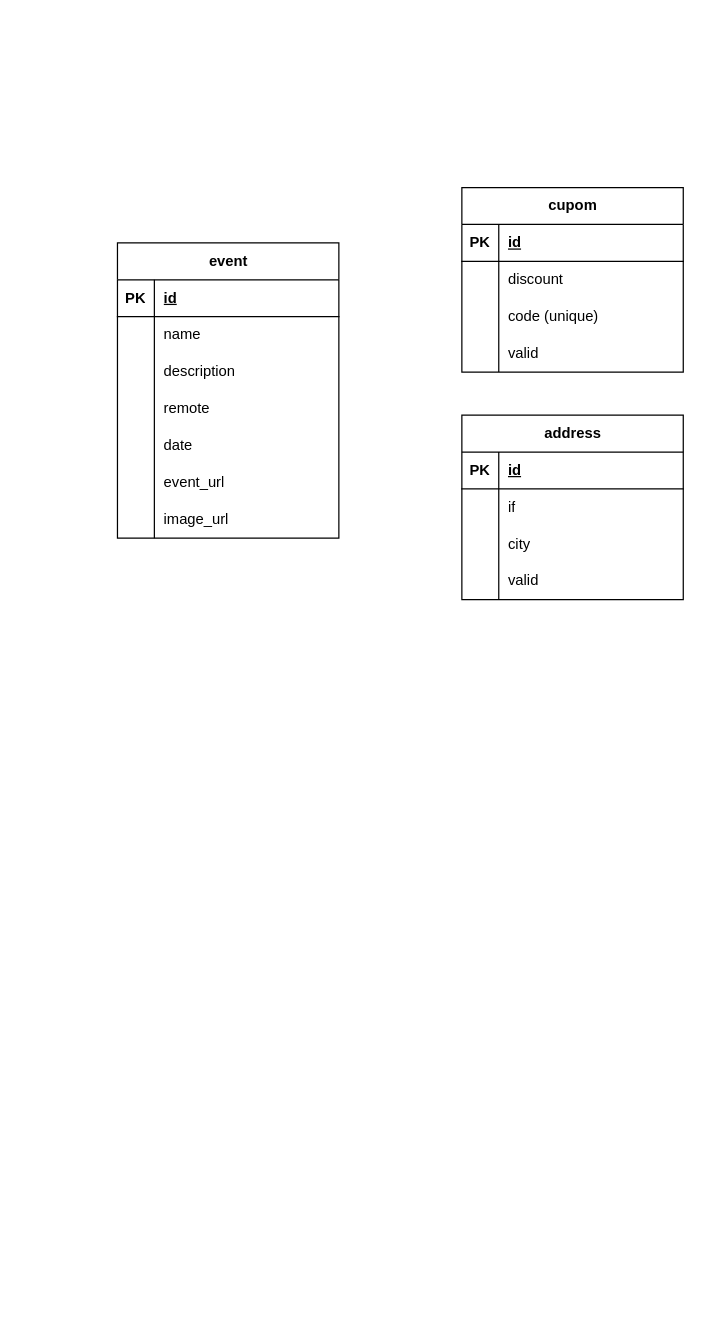
This is event.drawio from PabloJesusdaSilva/api, a draw.io file, before an edit. Source tidied: cells renumbered, new cells numbered last; positions are measured from the earlier drawing's top-left corner, leaving out a move shared by most shapes. Both pictures are drawn from the tidied source at 123%, with x=0, y=0 at pixel (117, 187).
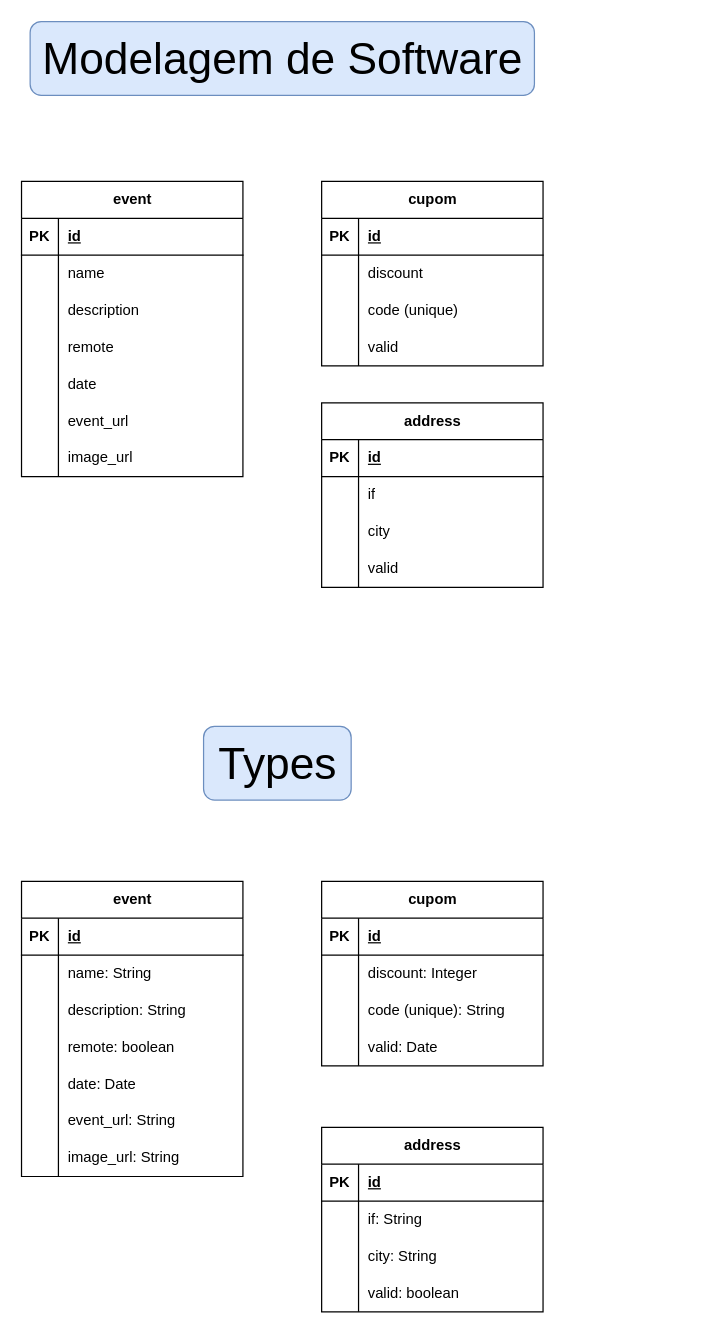
After the change.

The edit, as a diff of the source:
```diff
@@
     <mxCell id="2" value="event" style="shape=table;startSize=30;childLayout=tableLayout;rowLines=0;fontStyle=1;align=center;html=1;" parent="1" vertex="1">
-      <mxGeometry y="45" width="180" height="240" as="geometry" />
+      <mxGeometry x="-78" y="-5" width="180" height="240" as="geometry" />
     </mxCell>
@@
     <mxCell id="24" value="cupom" style="shape=table;startSize=30;childLayout=tableLayout;rowLines=0;fontStyle=1;align=center;html=1;" parent="1" vertex="1">
-      <mxGeometry x="280" width="180" height="150" as="geometry" />
+      <mxGeometry x="166" y="-5" width="180" height="150" as="geometry" />
     </mxCell>
@@
     <mxCell id="37" value="address" style="shape=table;startSize=30;childLayout=tableLayout;rowLines=0;fontStyle=1;align=center;html=1;" parent="1" vertex="1">
-      <mxGeometry x="280" y="185" width="180" height="150" as="geometry" />
+      <mxGeometry x="166" y="175" width="180" height="150" as="geometry" />
     </mxCell>
@@
+    <mxCell id="50" value="&lt;font style=&quot;font-size: 36px;&quot;&gt;Modelagem de Software&lt;/font&gt;" style="text;html=1;align=center;verticalAlign=middle;strokeColor=#6c8ebf;fillColor=#dae8fc;rounded=1;" parent="1" vertex="1">
+      <mxGeometry x="-71" y="-135" width="410" height="60" as="geometry" />
+    </mxCell>
+    <mxCell id="51" value="event" style="shape=table;startSize=30;childLayout=tableLayout;rowLines=0;fontStyle=1;align=center;html=1;" parent="1" vertex="1">
+      <mxGeometry x="-78" y="564" width="180" height="240" as="geometry" />
+    </mxCell>
+    <mxCell id="52" style="shape=tableRow;horizontal=0;startSize=0;swimlaneHead=0;swimlaneBody=0;fillColor=none;top=0;left=0;right=0;bottom=1;" parent="51" vertex="1">
+      <mxGeometry y="30" width="180" height="30" as="geometry" />
+    </mxCell>
+    <mxCell id="53" value="PK" style="shape=partialRectangle;fillColor=none;top=0;left=0;bottom=0;right=0;fontStyle=1;overflow=hidden;whiteSpace=wrap;html=1;" parent="52" vertex="1">
+      <mxGeometry width="30" height="30" as="geometry" />
+    </mxCell>
+    <mxCell id="54" value="id" style="shape=partialRectangle;fillColor=none;top=0;left=0;bottom=0;right=0;align=left;spacingLeft=6;fontStyle=5;overflow=hidden;whiteSpace=wrap;html=1;" parent="52" vertex="1">
+      <mxGeometry x="30" width="150" height="30" as="geometry" />
+    </mxCell>
+    <mxCell id="55" style="shape=tableRow;horizontal=0;startSize=0;swimlaneHead=0;swimlaneBody=0;fillColor=none;top=0;left=0;right=0;bottom=0;" parent="51" vertex="1">
+      <mxGeometry y="60" width="180" height="30" as="geometry" />
+    </mxCell>
+    <mxCell id="56" style="shape=partialRectangle;fillColor=none;top=0;left=0;bottom=0;right=0;overflow=hidden;whiteSpace=wrap;html=1;" parent="55" vertex="1">
+      <mxGeometry width="30" height="30" as="geometry" />
+    </mxCell>
+    <mxCell id="57" value="name: String" style="shape=partialRectangle;fillColor=none;top=0;left=0;bottom=0;right=0;align=left;spacingLeft=6;overflow=hidden;whiteSpace=wrap;html=1;" parent="55" vertex="1">
+      <mxGeometry x="30" width="150" height="30" as="geometry" />
+    </mxCell>
+    <mxCell id="58" style="shape=tableRow;horizontal=0;startSize=0;swimlaneHead=0;swimlaneBody=0;fillColor=none;top=0;left=0;right=0;bottom=0;" parent="51" vertex="1">
+      <mxGeometry y="90" width="180" height="30" as="geometry" />
+    </mxCell>
+    <mxCell id="59" style="shape=partialRectangle;fillColor=none;top=0;left=0;bottom=0;right=0;overflow=hidden;whiteSpace=wrap;html=1;" parent="58" vertex="1">
+      <mxGeometry width="30" height="30" as="geometry" />
+    </mxCell>
+    <mxCell id="60" value="description: String" style="shape=partialRectangle;fillColor=none;top=0;left=0;bottom=0;right=0;align=left;spacingLeft=6;overflow=hidden;whiteSpace=wrap;html=1;" parent="58" vertex="1">
+      <mxGeometry x="30" width="150" height="30" as="geometry" />
+    </mxCell>
+    <mxCell id="61" style="shape=tableRow;horizontal=0;startSize=0;swimlaneHead=0;swimlaneBody=0;fillColor=none;top=0;left=0;right=0;bottom=0;" parent="51" vertex="1">
+      <mxGeometry y="120" width="180" height="30" as="geometry" />
+    </mxCell>
+    <mxCell id="62" style="shape=partialRectangle;fillColor=none;top=0;left=0;bottom=0;right=0;overflow=hidden;whiteSpace=wrap;html=1;" parent="61" vertex="1">
+      <mxGeometry width="30" height="30" as="geometry" />
+    </mxCell>
+    <mxCell id="63" value="remote: boolean" style="shape=partialRectangle;fillColor=none;top=0;left=0;bottom=0;right=0;align=left;spacingLeft=6;overflow=hidden;whiteSpace=wrap;html=1;" parent="61" vertex="1">
+      <mxGeometry x="30" width="150" height="30" as="geometry" />
+    </mxCell>
+    <mxCell id="64" style="shape=tableRow;horizontal=0;startSize=0;swimlaneHead=0;swimlaneBody=0;fillColor=none;top=0;left=0;right=0;bottom=0;" parent="51" vertex="1">
+      <mxGeometry y="150" width="180" height="30" as="geometry" />
+    </mxCell>
+    <mxCell id="65" style="shape=partialRectangle;fillColor=none;top=0;left=0;bottom=0;right=0;overflow=hidden;whiteSpace=wrap;html=1;" parent="64" vertex="1">
+      <mxGeometry width="30" height="30" as="geometry" />
+    </mxCell>
+    <mxCell id="66" value="date: Date" style="shape=partialRectangle;fillColor=none;top=0;left=0;bottom=0;right=0;align=left;spacingLeft=6;overflow=hidden;whiteSpace=wrap;html=1;" parent="64" vertex="1">
+      <mxGeometry x="30" width="150" height="30" as="geometry" />
+    </mxCell>
+    <mxCell id="67" style="shape=tableRow;horizontal=0;startSize=0;swimlaneHead=0;swimlaneBody=0;fillColor=none;top=0;left=0;right=0;bottom=0;" parent="51" vertex="1">
+      <mxGeometry y="180" width="180" height="30" as="geometry" />
+    </mxCell>
+    <mxCell id="68" style="shape=partialRectangle;fillColor=none;top=0;left=0;bottom=0;right=0;overflow=hidden;whiteSpace=wrap;html=1;" parent="67" vertex="1">
+      <mxGeometry width="30" height="30" as="geometry" />
+    </mxCell>
+    <mxCell id="69" value="event_url: String" style="shape=partialRectangle;fillColor=none;top=0;left=0;bottom=0;right=0;align=left;spacingLeft=6;overflow=hidden;whiteSpace=wrap;html=1;" parent="67" vertex="1">
+      <mxGeometry x="30" width="150" height="30" as="geometry" />
+    </mxCell>
+    <mxCell id="70" style="shape=tableRow;horizontal=0;startSize=0;swimlaneHead=0;swimlaneBody=0;fillColor=none;top=0;left=0;right=0;bottom=0;" parent="51" vertex="1">
+      <mxGeometry y="210" width="180" height="30" as="geometry" />
+    </mxCell>
+    <mxCell id="71" style="shape=partialRectangle;fillColor=none;top=0;left=0;bottom=0;right=0;overflow=hidden;whiteSpace=wrap;html=1;" parent="70" vertex="1">
+      <mxGeometry width="30" height="30" as="geometry" />
+    </mxCell>
+    <mxCell id="72" value="image_url: String" style="shape=partialRectangle;fillColor=none;top=0;left=0;bottom=0;right=0;align=left;spacingLeft=6;overflow=hidden;whiteSpace=wrap;html=1;" parent="70" vertex="1">
+      <mxGeometry x="30" width="150" height="30" as="geometry" />
+    </mxCell>
+    <mxCell id="73" value="cupom" style="shape=table;startSize=30;childLayout=tableLayout;rowLines=0;fontStyle=1;align=center;html=1;" parent="1" vertex="1">
+      <mxGeometry x="166" y="564" width="180" height="150" as="geometry" />
+    </mxCell>
+    <mxCell id="74" style="shape=tableRow;horizontal=0;startSize=0;swimlaneHead=0;swimlaneBody=0;fillColor=none;top=0;left=0;right=0;bottom=1;" parent="73" vertex="1">
+      <mxGeometry y="30" width="180" height="30" as="geometry" />
+    </mxCell>
+    <mxCell id="75" value="PK" style="shape=partialRectangle;fillColor=none;top=0;left=0;bottom=0;right=0;fontStyle=1;overflow=hidden;whiteSpace=wrap;html=1;" parent="74" vertex="1">
+      <mxGeometry width="30" height="30" as="geometry" />
+    </mxCell>
+    <mxCell id="76" value="id" style="shape=partialRectangle;fillColor=none;top=0;left=0;bottom=0;right=0;align=left;spacingLeft=6;fontStyle=5;overflow=hidden;whiteSpace=wrap;html=1;" parent="74" vertex="1">
+      <mxGeometry x="30" width="150" height="30" as="geometry" />
+    </mxCell>
+    <mxCell id="77" style="shape=tableRow;horizontal=0;startSize=0;swimlaneHead=0;swimlaneBody=0;fillColor=none;top=0;left=0;right=0;bottom=0;" parent="73" vertex="1">
+      <mxGeometry y="60" width="180" height="30" as="geometry" />
+    </mxCell>
+    <mxCell id="78" style="shape=partialRectangle;fillColor=none;top=0;left=0;bottom=0;right=0;overflow=hidden;whiteSpace=wrap;html=1;" parent="77" vertex="1">
+      <mxGeometry width="30" height="30" as="geometry" />
+    </mxCell>
+    <mxCell id="79" value="discount: Integer" style="shape=partialRectangle;fillColor=none;top=0;left=0;bottom=0;right=0;align=left;spacingLeft=6;overflow=hidden;whiteSpace=wrap;html=1;" parent="77" vertex="1">
+      <mxGeometry x="30" width="150" height="30" as="geometry" />
+    </mxCell>
+    <mxCell id="80" style="shape=tableRow;horizontal=0;startSize=0;swimlaneHead=0;swimlaneBody=0;fillColor=none;top=0;left=0;right=0;bottom=0;" parent="73" vertex="1">
+      <mxGeometry y="90" width="180" height="30" as="geometry" />
+    </mxCell>
+    <mxCell id="81" style="shape=partialRectangle;fillColor=none;top=0;left=0;bottom=0;right=0;overflow=hidden;whiteSpace=wrap;html=1;" parent="80" vertex="1">
+      <mxGeometry width="30" height="30" as="geometry" />
+    </mxCell>
+    <mxCell id="82" value="code (unique): String" style="shape=partialRectangle;fillColor=none;top=0;left=0;bottom=0;right=0;align=left;spacingLeft=6;overflow=hidden;whiteSpace=wrap;html=1;" parent="80" vertex="1">
+      <mxGeometry x="30" width="150" height="30" as="geometry" />
+    </mxCell>
+    <mxCell id="83" style="shape=tableRow;horizontal=0;startSize=0;swimlaneHead=0;swimlaneBody=0;fillColor=none;top=0;left=0;right=0;bottom=0;" parent="73" vertex="1">
+      <mxGeometry y="120" width="180" height="30" as="geometry" />
+    </mxCell>
+    <mxCell id="84" style="shape=partialRectangle;fillColor=none;top=0;left=0;bottom=0;right=0;overflow=hidden;whiteSpace=wrap;html=1;" parent="83" vertex="1">
+      <mxGeometry width="30" height="30" as="geometry" />
+    </mxCell>
+    <mxCell id="85" value="valid: Date" style="shape=partialRectangle;fillColor=none;top=0;left=0;bottom=0;right=0;align=left;spacingLeft=6;overflow=hidden;whiteSpace=wrap;html=1;" parent="83" vertex="1">
+      <mxGeometry x="30" width="150" height="30" as="geometry" />
+    </mxCell>
+    <mxCell id="86" value="address" style="shape=table;startSize=30;childLayout=tableLayout;rowLines=0;fontStyle=1;align=center;html=1;" parent="1" vertex="1">
+      <mxGeometry x="166" y="764" width="180" height="150" as="geometry" />
+    </mxCell>
+    <mxCell id="87" style="shape=tableRow;horizontal=0;startSize=0;swimlaneHead=0;swimlaneBody=0;fillColor=none;top=0;left=0;right=0;bottom=1;" parent="86" vertex="1">
+      <mxGeometry y="30" width="180" height="30" as="geometry" />
+    </mxCell>
+    <mxCell id="88" value="PK" style="shape=partialRectangle;fillColor=none;top=0;left=0;bottom=0;right=0;fontStyle=1;overflow=hidden;whiteSpace=wrap;html=1;" parent="87" vertex="1">
+      <mxGeometry width="30" height="30" as="geometry" />
+    </mxCell>
+    <mxCell id="89" value="id" style="shape=partialRectangle;fillColor=none;top=0;left=0;bottom=0;right=0;align=left;spacingLeft=6;fontStyle=5;overflow=hidden;whiteSpace=wrap;html=1;" parent="87" vertex="1">
+      <mxGeometry x="30" width="150" height="30" as="geometry" />
+    </mxCell>
+    <mxCell id="90" style="shape=tableRow;horizontal=0;startSize=0;swimlaneHead=0;swimlaneBody=0;fillColor=none;top=0;left=0;right=0;bottom=0;" parent="86" vertex="1">
+      <mxGeometry y="60" width="180" height="30" as="geometry" />
+    </mxCell>
+    <mxCell id="91" style="shape=partialRectangle;fillColor=none;top=0;left=0;bottom=0;right=0;overflow=hidden;whiteSpace=wrap;html=1;" parent="90" vertex="1">
+      <mxGeometry width="30" height="30" as="geometry" />
+    </mxCell>
+    <mxCell id="92" value="if: String" style="shape=partialRectangle;fillColor=none;top=0;left=0;bottom=0;right=0;align=left;spacingLeft=6;overflow=hidden;whiteSpace=wrap;html=1;" parent="90" vertex="1">
+      <mxGeometry x="30" width="150" height="30" as="geometry" />
+    </mxCell>
+    <mxCell id="93" style="shape=tableRow;horizontal=0;startSize=0;swimlaneHead=0;swimlaneBody=0;fillColor=none;top=0;left=0;right=0;bottom=0;" parent="86" vertex="1">
+      <mxGeometry y="90" width="180" height="30" as="geometry" />
+    </mxCell>
+    <mxCell id="94" style="shape=partialRectangle;fillColor=none;top=0;left=0;bottom=0;right=0;overflow=hidden;whiteSpace=wrap;html=1;" parent="93" vertex="1">
+      <mxGeometry width="30" height="30" as="geometry" />
+    </mxCell>
+    <mxCell id="95" value="city: String" style="shape=partialRectangle;fillColor=none;top=0;left=0;bottom=0;right=0;align=left;spacingLeft=6;overflow=hidden;whiteSpace=wrap;html=1;" parent="93" vertex="1">
+      <mxGeometry x="30" width="150" height="30" as="geometry" />
+    </mxCell>
+    <mxCell id="96" style="shape=tableRow;horizontal=0;startSize=0;swimlaneHead=0;swimlaneBody=0;fillColor=none;top=0;left=0;right=0;bottom=0;" parent="86" vertex="1">
+      <mxGeometry y="120" width="180" height="30" as="geometry" />
+    </mxCell>
+    <mxCell id="97" style="shape=partialRectangle;fillColor=none;top=0;left=0;bottom=0;right=0;overflow=hidden;whiteSpace=wrap;html=1;" parent="96" vertex="1">
+      <mxGeometry width="30" height="30" as="geometry" />
+    </mxCell>
+    <mxCell id="98" value="valid: boolean" style="shape=partialRectangle;fillColor=none;top=0;left=0;bottom=0;right=0;align=left;spacingLeft=6;overflow=hidden;whiteSpace=wrap;html=1;" parent="96" vertex="1">
+      <mxGeometry x="30" width="150" height="30" as="geometry" />
+    </mxCell>
+    <mxCell id="99" value="&lt;font style=&quot;font-size: 36px;&quot;&gt;Types&lt;/font&gt;" style="text;html=1;align=center;verticalAlign=middle;strokeColor=#6c8ebf;fillColor=#dae8fc;glass=0;rounded=1;" parent="1" vertex="1">
+      <mxGeometry x="70" y="438" width="120" height="60" as="geometry" />
+    </mxCell>
```
